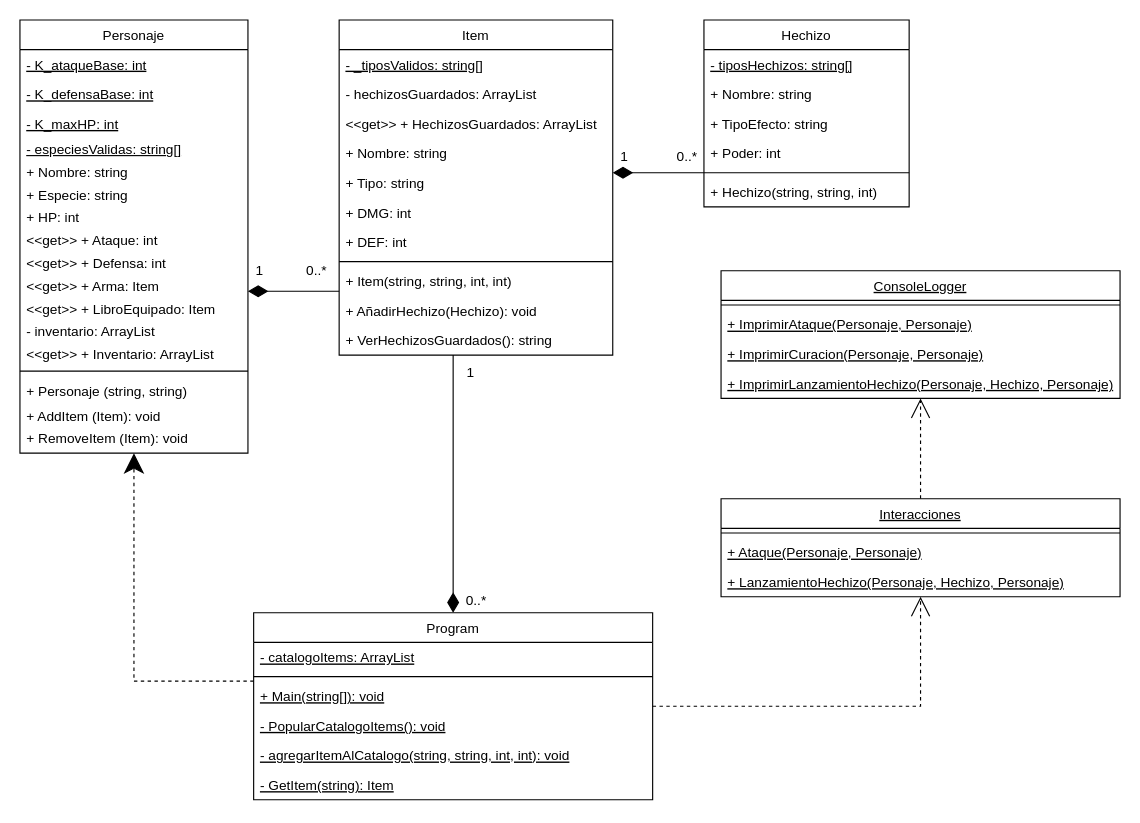
Team9-UCU-PII/PII_RoleplayGame_1_team9 keeps this draw.io diagram as Diagrama de clases.drawio. Above is the earlier version. Source tidied: cells renumbered, new cells numbered last; positions are measured from the earlier drawing's top-left corner, leaving out a move shared by most shapes. Both pictures are drawn from the tidied source at 114%, with x=0, y=0 at pixel (19, 19).
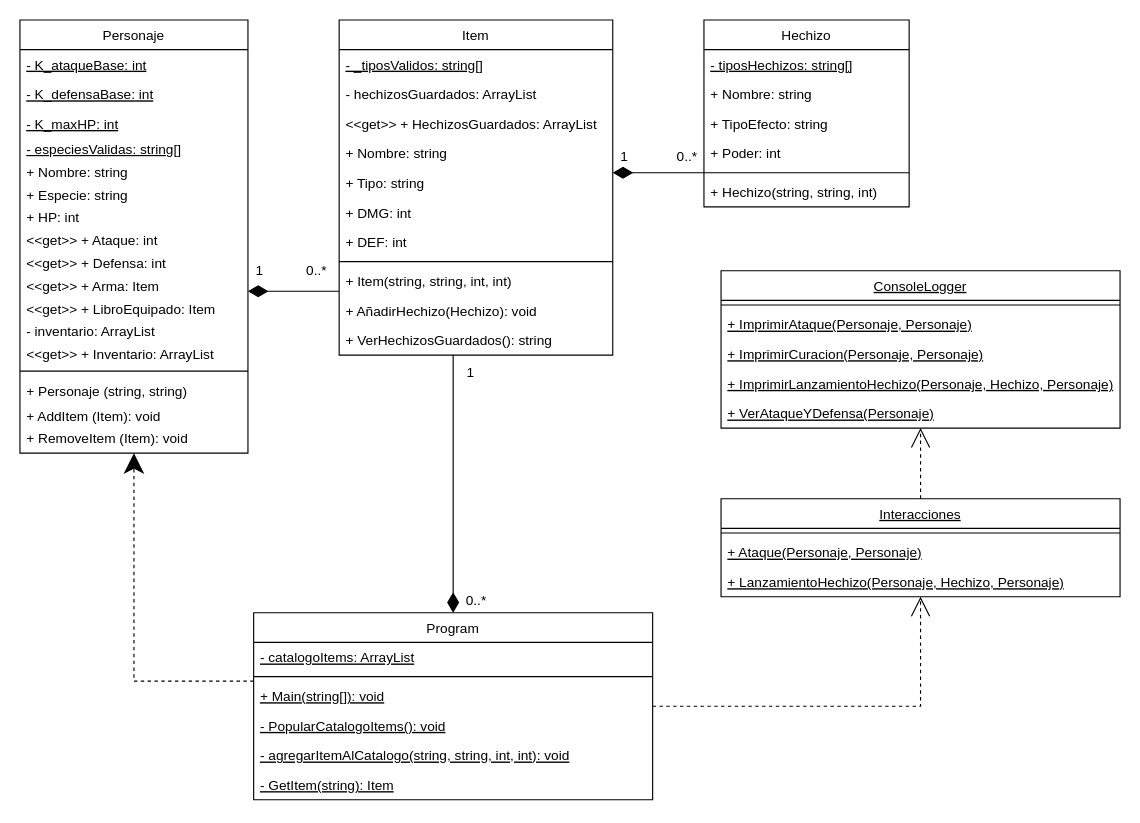
The same page after the edit.

Commit message (it also covers changes not shown here):
Se agrega cambio en diagrama UML

The edit, as a diff of the source:
```diff
@@
     <mxCell id="41" value="ConsoleLogger" style="swimlane;fontStyle=4;align=center;verticalAlign=top;horizontal=1;startSize=26;" parent="1" vertex="1">
-      <mxGeometry x="615" y="220" width="350" height="112" as="geometry" />
+      <mxGeometry x="615" y="220" width="350" height="138" as="geometry" />
     </mxCell>
@@
+    <mxCell id="67" value="+ VerAtaqueYDefensa(Personaje)" style="text;strokeColor=none;fillColor=none;align=left;verticalAlign=top;spacingLeft=4;spacingRight=4;overflow=hidden;fontStyle=4;" parent="41" vertex="1">
+      <mxGeometry y="112" width="350" height="26" as="geometry" />
+    </mxCell>
```
